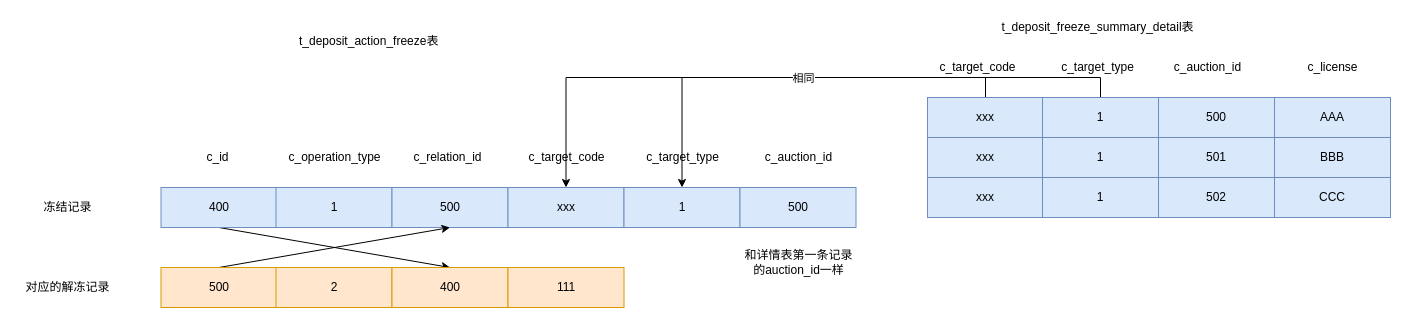
erlieStar/diagrams keeps this draw.io diagram as trade-deposit/按场冻结表关系.drawio. Above is the earlier version. Source tidied: cells renumbered, new cells numbered last; positions are measured from the earlier drawing's top-left corner, leaving out a move shared by most shapes. Both pictures are drawn from the tidied source at 100%, with x=0, y=0 at pixel (17, 17).
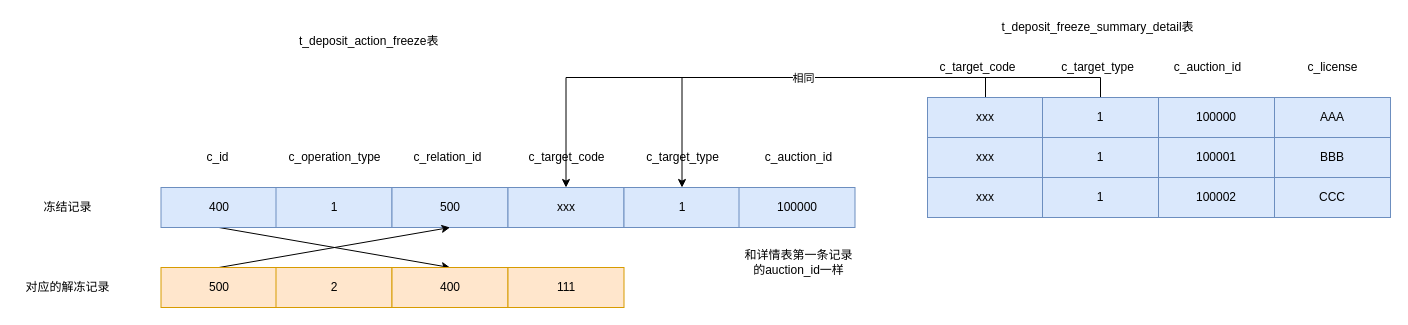
After the change.

Commit message (it also covers changes not shown here):
Update 按场冻结表关系.drawio

Diff of the diagram source:
```diff
@@
-    <mxCell id="23" value="500" style="rounded=0;whiteSpace=wrap;html=1;fillColor=#dae8fc;strokeColor=#6c8ebf;" parent="1" vertex="1">
+    <mxCell id="23" value="100000" style="rounded=0;whiteSpace=wrap;html=1;fillColor=#dae8fc;strokeColor=#6c8ebf;" parent="1" vertex="1">
       <mxGeometry x="1141" y="80" width="116" height="40" as="geometry" />
     </mxCell>
@@
-    <mxCell id="32" value="500" style="rounded=0;whiteSpace=wrap;html=1;fillColor=#dae8fc;strokeColor=#6c8ebf;" parent="1" vertex="1">
-      <mxGeometry x="722.5" y="170" width="116" height="40" as="geometry" />
+    <mxCell id="32" value="100000" style="rounded=0;whiteSpace=wrap;html=1;fillColor=#dae8fc;strokeColor=#6c8ebf;" parent="1" vertex="1">
+      <mxGeometry x="721.5" y="170" width="116" height="40" as="geometry" />
     </mxCell>
@@
-    <mxCell id="38" value="501" style="rounded=0;whiteSpace=wrap;html=1;fillColor=#dae8fc;strokeColor=#6c8ebf;" parent="1" vertex="1">
+    <mxCell id="38" value="100001" style="rounded=0;whiteSpace=wrap;html=1;fillColor=#dae8fc;strokeColor=#6c8ebf;" parent="1" vertex="1">
       <mxGeometry x="1141" y="120" width="116" height="40" as="geometry" />
     </mxCell>
@@
-    <mxCell id="42" value="502" style="rounded=0;whiteSpace=wrap;html=1;fillColor=#dae8fc;strokeColor=#6c8ebf;" parent="1" vertex="1">
+    <mxCell id="42" value="100002" style="rounded=0;whiteSpace=wrap;html=1;fillColor=#dae8fc;strokeColor=#6c8ebf;" parent="1" vertex="1">
       <mxGeometry x="1141" y="160" width="116" height="40" as="geometry" />
     </mxCell>
```
